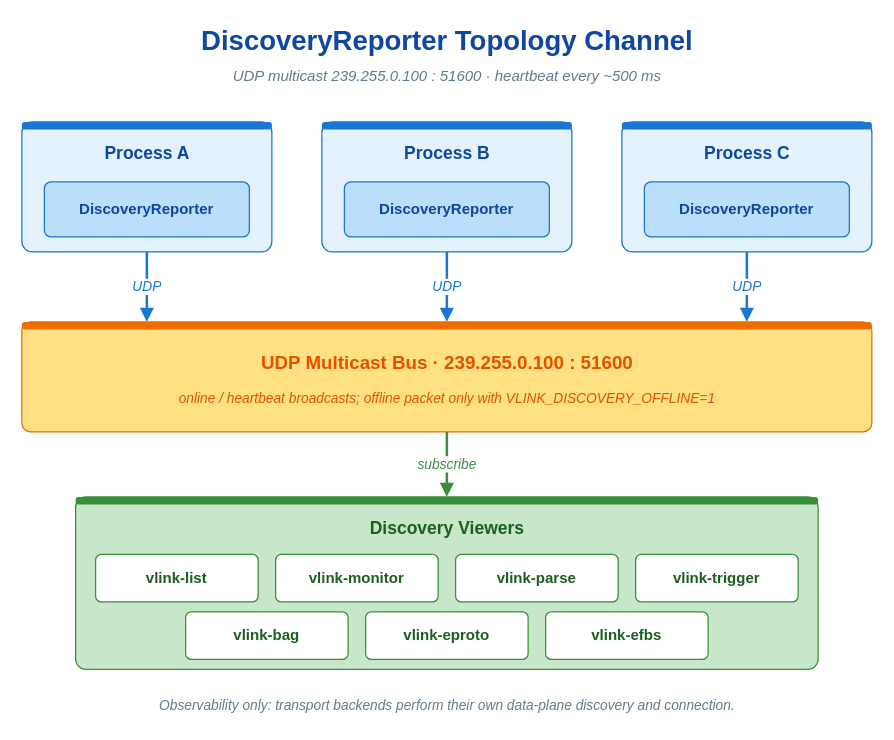
thun-res/vlink keeps this draw.io diagram as doc/images/discovery-network.drawio. Above is the earlier version. Source tidied: cells renumbered, new cells numbered last; positions are measured from the earlier drawing's top-left corner, leaving out a move shared by most shapes. Both pictures are drawn from the tidied source at 125%, with x=0, y=0 at pixel (21, 21).
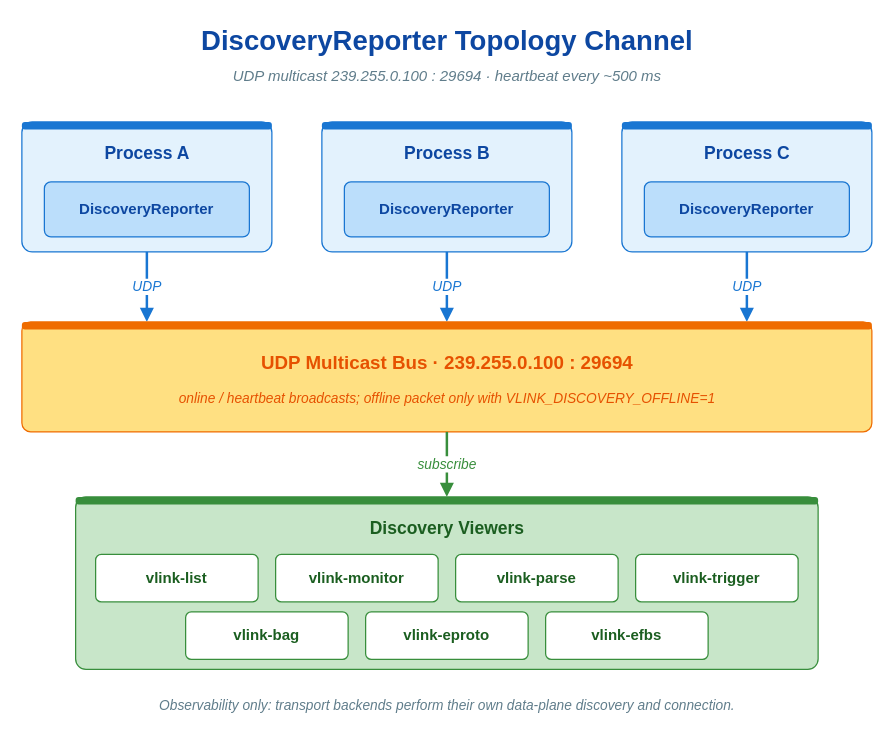
Above is the later version.

Diff of the diagram source:
```diff
@@
-    <mxCell id="3" value="UDP multicast 239.255.0.100 : 51600  ·  heartbeat every ~500 ms" style="text;html=1;align=center;verticalAlign=middle;strokeColor=none;fillColor=none;fontFamily=Helvetica;fontSize=12;fontStyle=2;fontColor=#607d8b;" parent="1" vertex="1">
+    <mxCell id="3" value="UDP multicast 239.255.0.100 : 29694  ·  heartbeat every ~500 ms" style="text;html=1;align=center;verticalAlign=middle;strokeColor=none;fillColor=none;fontFamily=Helvetica;fontSize=12;fontStyle=2;fontColor=#607d8b;" parent="1" vertex="1">
       <mxGeometry y="34" width="680" height="20" as="geometry" />
     </mxCell>
@@
-    <mxCell id="21" value="UDP Multicast Bus  ·  239.255.0.100 : 51600" style="text;html=1;align=center;verticalAlign=middle;strokeColor=none;fillColor=none;fontFamily=Helvetica;fontSize=15;fontStyle=1;fontColor=#e65100;" parent="1" vertex="1">
+    <mxCell id="21" value="UDP Multicast Bus  ·  239.255.0.100 : 29694" style="text;html=1;align=center;verticalAlign=middle;strokeColor=none;fillColor=none;fontFamily=Helvetica;fontSize=15;fontStyle=1;fontColor=#e65100;" parent="1" vertex="1">
       <mxGeometry y="260" width="680" height="24" as="geometry" />
     </mxCell>
```
